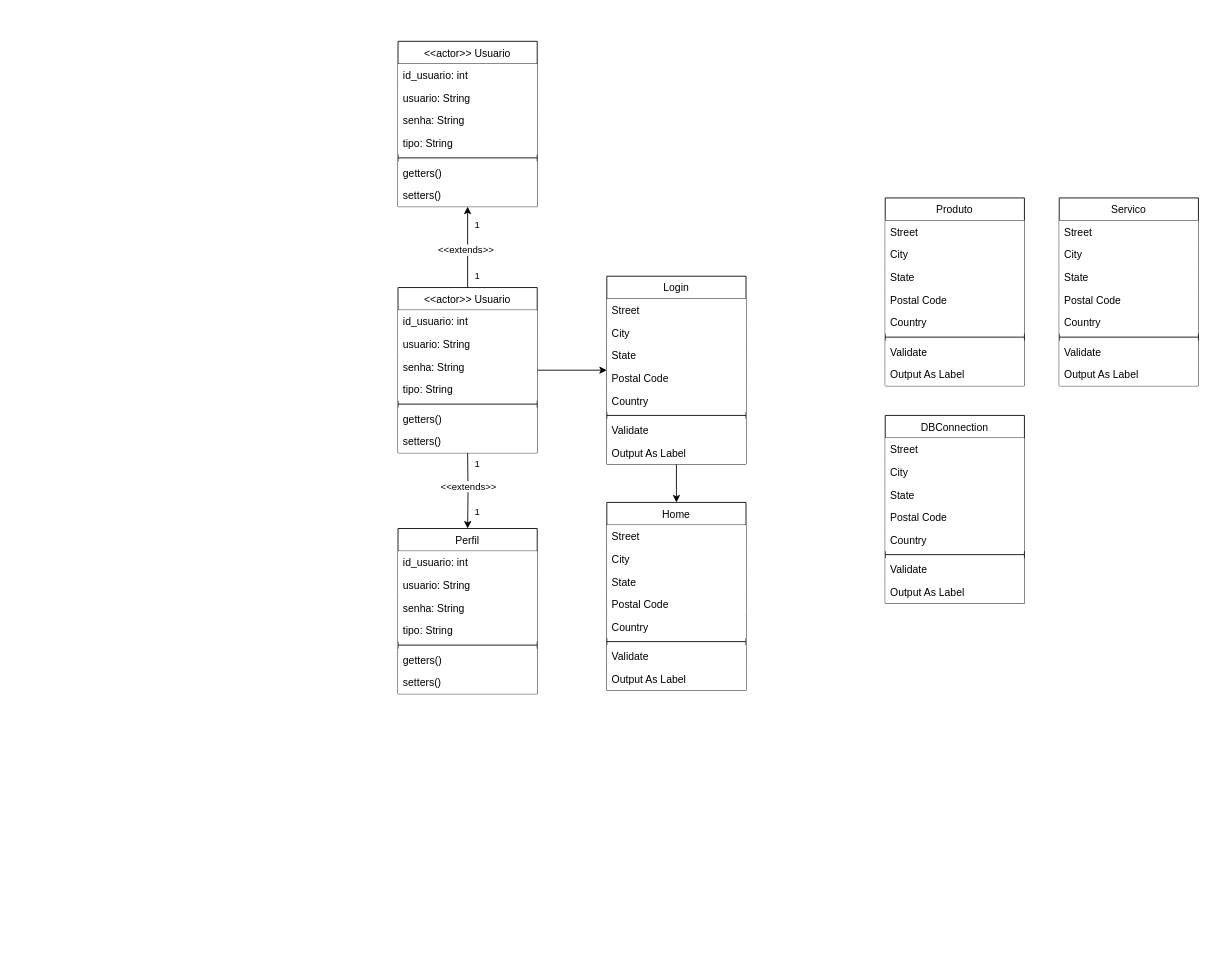
Earlier version of the draw.io diagram Diagrama sem nome.drawio (MolisaxD/VixMinSA). Source tidied: cells renumbered, new cells numbered last; positions are measured from the earlier drawing's top-left corner, leaving out a move shared by most shapes. Both pictures are drawn from the tidied source at 87%, with x=0, y=0 at pixel (398, 41).
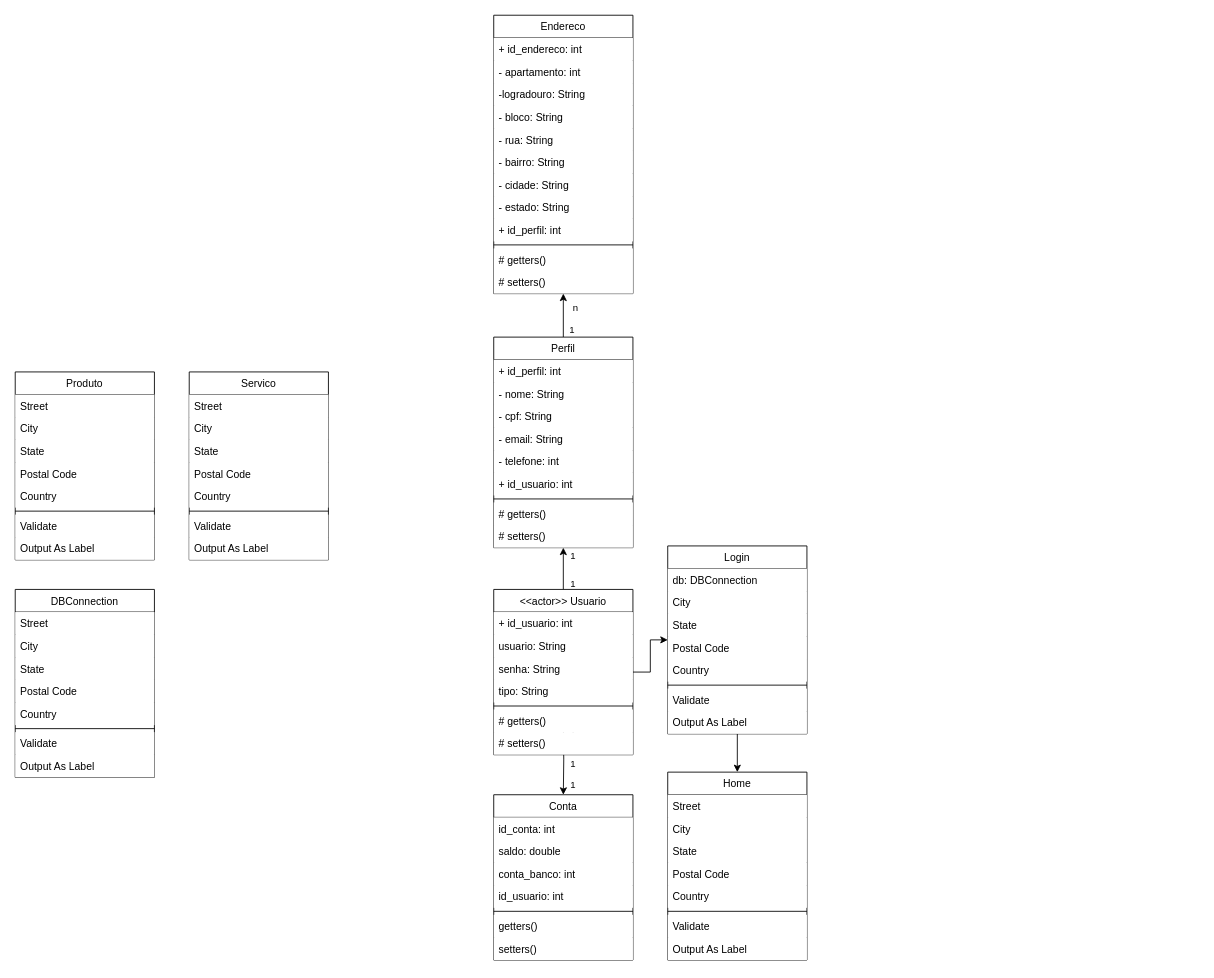
The same diagram, later.

Unchanged cells that the change refers to:
```xml
<mxCell id="26" style="edgeStyle=orthogonalEdgeStyle;rounded=0;jettySize=auto;html=1;entryX=0.5;entryY=1;entryDx=0;entryDy=0;" parent="1" edge="1" source="30" target="73">
  <mxGeometry relative="1" as="geometry" />
</mxCell>
```

Change to the diagram source:
```diff
@@
     <mxCell id="3" value="Login" style="swimlane;fontStyle=0;align=center;verticalAlign=top;horizontal=1;startSize=26;rounded=0;shadow=0;strokeWidth=1;fillColor=default;gradientColor=none;" parent="1" vertex="1">
-      <mxGeometry x="240" y="270" width="160" height="216" as="geometry" />
+      <mxGeometry x="310" y="580" width="160" height="216" as="geometry" />
     </mxCell>
-    <mxCell id="4" value="Street" style="text;align=left;verticalAlign=top;spacingLeft=4;spacingRight=4;overflow=hidden;fillColor=default;" parent="3" vertex="1">
+    <mxCell id="4" value="db: DBConnection" style="text;align=left;verticalAlign=top;spacingLeft=4;spacingRight=4;overflow=hidden;fillColor=default;" parent="3" vertex="1">
       <mxGeometry y="26" width="160" height="26" as="geometry" />
     </mxCell>
@@
     <mxCell id="12" value="Home" style="swimlane;fontStyle=0;align=center;verticalAlign=top;horizontal=1;startSize=26;rounded=0;shadow=0;strokeWidth=1;fillColor=default;gradientColor=none;" parent="1" vertex="1">
-      <mxGeometry x="240" y="530" width="160" height="216" as="geometry" />
+      <mxGeometry x="310" y="840" width="160" height="216" as="geometry" />
     </mxCell>
@@
     <mxCell id="22" style="edgeStyle=orthogonalEdgeStyle;rounded=0;jettySize=auto;html=1;entryX=0.5;entryY=0;entryDx=0;entryDy=0;" parent="1" edge="1" target="65">
       <mxGeometry relative="1" as="geometry">
-        <mxPoint x="80" y="473" as="sourcePoint" />
+        <mxPoint x="190" y="783" as="sourcePoint" />
       </mxGeometry>
     </mxCell>
-    <mxCell id="23" value="&amp;lt;&amp;lt;extends&amp;gt;&amp;gt;" style="edgeLabel;html=1;align=center;verticalAlign=middle;" parent="22" vertex="1">
-      <mxGeometry x="-0.11" relative="1" as="geometry" />
-    </mxCell>
@@
     <mxCell id="25" value="1" style="edgeLabel;html=1;align=center;verticalAlign=middle;" parent="22" vertex="1">
       <mxGeometry x="0.41" y="-1" relative="1" as="geometry">
-        <mxPoint x="11" y="6" as="offset" />
+        <mxPoint x="11" y="-11" as="offset" />
       </mxGeometry>
     </mxCell>
+    <mxCell id="81" value="1" style="edgeLabel;html=1;align=center;verticalAlign=middle;" parent="22" vertex="1">
+      <mxGeometry x="0.72" y="1" relative="1" as="geometry">
+        <mxPoint x="9" as="offset" />
+      </mxGeometry>
+    </mxCell>
@@
-    <mxCell id="27" value="&amp;lt;&amp;lt;extends&amp;gt;&amp;gt;" style="edgeLabel;html=1;align=center;verticalAlign=middle;" parent="26" vertex="1">
-      <mxGeometry x="-0.24" y="3" relative="1" as="geometry">
-        <mxPoint y="-9" as="offset" />
-      </mxGeometry>
-    </mxCell>
@@
     <mxCell id="29" value="1" style="edgeLabel;html=1;align=center;verticalAlign=middle;" parent="26" vertex="1">
       <mxGeometry x="-0.45" y="-1" relative="1" as="geometry">
-        <mxPoint x="9" y="12" as="offset" />
+        <mxPoint x="9" y="6" as="offset" />
       </mxGeometry>
     </mxCell>
     <mxCell id="30" value="&lt;&lt;actor&gt;&gt; Usuario" style="swimlane;fontStyle=0;align=center;verticalAlign=top;horizontal=1;startSize=26;rounded=0;shadow=0;strokeWidth=1;fillColor=default;gradientColor=none;" parent="1" vertex="1">
-      <mxGeometry y="283" width="160" height="190" as="geometry" />
+      <mxGeometry x="110" y="630" width="160" height="190" as="geometry" />
     </mxCell>
-    <mxCell id="31" value="id_usuario: int" style="text;align=left;verticalAlign=top;spacingLeft=4;spacingRight=4;overflow=hidden;fillColor=default;" parent="30" vertex="1">
+    <mxCell id="31" value="+ id_usuario: int" style="text;align=left;verticalAlign=top;spacingLeft=4;spacingRight=4;overflow=hidden;fillColor=default;" parent="30" vertex="1">
       <mxGeometry y="26" width="160" height="26" as="geometry" />
     </mxCell>
@@
-    <mxCell id="36" value="getters()" style="text;align=left;verticalAlign=top;spacingLeft=4;spacingRight=4;overflow=hidden;fillColor=default;" parent="30" vertex="1">
+    <mxCell id="36" value="# getters()" style="text;align=left;verticalAlign=top;spacingLeft=4;spacingRight=4;overflow=hidden;fillColor=default;" parent="30" vertex="1">
       <mxGeometry y="138" width="160" height="26" as="geometry" />
     </mxCell>
-    <mxCell id="37" value="setters()" style="text;align=left;verticalAlign=top;spacingLeft=4;spacingRight=4;overflow=hidden;fillColor=default;" parent="30" vertex="1">
+    <mxCell id="37" value="# setters()" style="text;align=left;verticalAlign=top;spacingLeft=4;spacingRight=4;overflow=hidden;fillColor=default;" parent="30" vertex="1">
       <mxGeometry y="164" width="160" height="26" as="geometry" />
     </mxCell>
     <mxCell id="38" value="DBConnection" style="swimlane;fontStyle=0;align=center;verticalAlign=top;horizontal=1;startSize=26;rounded=0;shadow=0;strokeWidth=1;fillColor=default;gradientColor=none;" parent="1" vertex="1">
-      <mxGeometry x="560" y="430" width="160" height="216" as="geometry" />
+      <mxGeometry x="-440" y="630" width="160" height="216" as="geometry" />
     </mxCell>
@@
     <mxCell id="47" value="Produto" style="swimlane;fontStyle=0;align=center;verticalAlign=top;horizontal=1;startSize=26;rounded=0;shadow=0;strokeWidth=1;fillColor=default;gradientColor=none;" parent="1" vertex="1">
-      <mxGeometry x="560" y="180" width="160" height="216" as="geometry" />
+      <mxGeometry x="-440" y="380" width="160" height="216" as="geometry" />
     </mxCell>
@@
     <mxCell id="56" value="Servico" style="swimlane;fontStyle=0;align=center;verticalAlign=top;horizontal=1;startSize=26;rounded=0;shadow=0;strokeWidth=1;fillColor=default;gradientColor=none;" parent="1" vertex="1">
-      <mxGeometry x="760" y="180" width="160" height="216" as="geometry" />
+      <mxGeometry x="-240" y="380" width="160" height="216" as="geometry" />
     </mxCell>
@@
-    <mxCell id="65" value="Perfil" style="swimlane;fontStyle=0;align=center;verticalAlign=top;horizontal=1;startSize=26;rounded=0;shadow=0;strokeWidth=1;fillColor=default;gradientColor=none;" parent="1" vertex="1">
-      <mxGeometry y="560" width="160" height="190" as="geometry" />
+    <mxCell id="65" value="Conta" style="swimlane;fontStyle=0;align=center;verticalAlign=top;horizontal=1;startSize=26;rounded=0;shadow=0;strokeWidth=1;fillColor=default;gradientColor=none;" parent="1" vertex="1">
+      <mxGeometry x="110" y="866" width="160" height="190" as="geometry" />
     </mxCell>
-    <mxCell id="66" value="id_usuario: int" style="text;align=left;verticalAlign=top;spacingLeft=4;spacingRight=4;overflow=hidden;fillColor=default;" parent="65" vertex="1">
+    <mxCell id="66" value="id_conta: int" style="text;align=left;verticalAlign=top;spacingLeft=4;spacingRight=4;overflow=hidden;fillColor=default;" parent="65" vertex="1">
       <mxGeometry y="26" width="160" height="26" as="geometry" />
     </mxCell>
-    <mxCell id="67" value="usuario: String" style="text;align=left;verticalAlign=top;spacingLeft=4;spacingRight=4;overflow=hidden;rounded=0;shadow=0;html=0;fillColor=default;" parent="65" vertex="1">
+    <mxCell id="67" value="saldo: double" style="text;align=left;verticalAlign=top;spacingLeft=4;spacingRight=4;overflow=hidden;rounded=0;shadow=0;html=0;fillColor=default;" parent="65" vertex="1">
       <mxGeometry y="52" width="160" height="26" as="geometry" />
     </mxCell>
-    <mxCell id="68" value="senha: String" style="text;align=left;verticalAlign=top;spacingLeft=4;spacingRight=4;overflow=hidden;rounded=0;shadow=0;html=0;fillColor=default;" parent="65" vertex="1">
+    <mxCell id="68" value="conta_banco: int" style="text;align=left;verticalAlign=top;spacingLeft=4;spacingRight=4;overflow=hidden;rounded=0;shadow=0;html=0;fillColor=default;" parent="65" vertex="1">
       <mxGeometry y="78" width="160" height="26" as="geometry" />
     </mxCell>
-    <mxCell id="69" value="tipo: String" style="text;align=left;verticalAlign=top;spacingLeft=4;spacingRight=4;overflow=hidden;rounded=0;shadow=0;html=0;fillColor=default;" parent="65" vertex="1">
+    <mxCell id="69" value="id_usuario: int" style="text;align=left;verticalAlign=top;spacingLeft=4;spacingRight=4;overflow=hidden;rounded=0;shadow=0;html=0;fillColor=default;" parent="65" vertex="1">
       <mxGeometry y="104" width="160" height="26" as="geometry" />
     </mxCell>
@@
+    <mxCell id="82" style="edgeStyle=orthogonalEdgeStyle;rounded=0;jettySize=auto;html=1;entryX=0.5;entryY=1;entryDx=0;entryDy=0;" parent="1" edge="1" source="73" target="87">
+      <mxGeometry relative="1" as="geometry" />
+    </mxCell>
+    <mxCell id="83" value="n" style="edgeLabel;html=1;align=center;verticalAlign=middle;" parent="82" vertex="1">
+      <mxGeometry x="0.41" y="2" relative="1" as="geometry">
+        <mxPoint x="15" as="offset" />
+      </mxGeometry>
+    </mxCell>
+    <mxCell id="84" value="1" style="edgeLabel;html=1;align=center;verticalAlign=middle;" parent="82" vertex="1">
+      <mxGeometry x="-0.54" relative="1" as="geometry">
+        <mxPoint x="9" y="3" as="offset" />
+      </mxGeometry>
+    </mxCell>
-    <mxCell id="73" value="&lt;&lt;actor&gt;&gt; Usuario" style="swimlane;fontStyle=0;align=center;verticalAlign=top;horizontal=1;startSize=26;rounded=0;shadow=0;strokeWidth=1;fillColor=default;gradientColor=none;" parent="1" vertex="1">
-      <mxGeometry width="160" height="190" as="geometry" />
+    <mxCell id="73" value="Perfil" style="swimlane;fontStyle=0;align=center;verticalAlign=top;horizontal=1;startSize=26;rounded=0;shadow=0;strokeWidth=1;fillColor=default;gradientColor=none;" parent="1" vertex="1">
+      <mxGeometry x="110" y="340" width="160" height="242" as="geometry" />
     </mxCell>
-    <mxCell id="74" value="id_usuario: int" style="text;align=left;verticalAlign=top;spacingLeft=4;spacingRight=4;overflow=hidden;fillColor=default;" parent="73" vertex="1">
+    <mxCell id="74" value="+ id_perfil: int" style="text;align=left;verticalAlign=top;spacingLeft=4;spacingRight=4;overflow=hidden;fillColor=default;" parent="73" vertex="1">
       <mxGeometry y="26" width="160" height="26" as="geometry" />
     </mxCell>
-    <mxCell id="75" value="usuario: String" style="text;align=left;verticalAlign=top;spacingLeft=4;spacingRight=4;overflow=hidden;rounded=0;shadow=0;html=0;fillColor=default;" parent="73" vertex="1">
+    <mxCell id="75" value="- nome: String" style="text;align=left;verticalAlign=top;spacingLeft=4;spacingRight=4;overflow=hidden;rounded=0;shadow=0;html=0;fillColor=default;" parent="73" vertex="1">
       <mxGeometry y="52" width="160" height="26" as="geometry" />
     </mxCell>
-    <mxCell id="76" value="senha: String" style="text;align=left;verticalAlign=top;spacingLeft=4;spacingRight=4;overflow=hidden;rounded=0;shadow=0;html=0;fillColor=default;" parent="73" vertex="1">
+    <mxCell id="76" value="- cpf: String" style="text;align=left;verticalAlign=top;spacingLeft=4;spacingRight=4;overflow=hidden;rounded=0;shadow=0;html=0;fillColor=default;" parent="73" vertex="1">
       <mxGeometry y="78" width="160" height="26" as="geometry" />
     </mxCell>
-    <mxCell id="77" value="tipo: String" style="text;align=left;verticalAlign=top;spacingLeft=4;spacingRight=4;overflow=hidden;rounded=0;shadow=0;html=0;fillColor=default;" parent="73" vertex="1">
+    <mxCell id="77" value="- email: String" style="text;align=left;verticalAlign=top;spacingLeft=4;spacingRight=4;overflow=hidden;rounded=0;shadow=0;html=0;fillColor=default;" parent="73" vertex="1">
       <mxGeometry y="104" width="160" height="26" as="geometry" />
     </mxCell>
+    <mxCell id="85" value="- telefone: int" style="text;align=left;verticalAlign=top;spacingLeft=4;spacingRight=4;overflow=hidden;rounded=0;shadow=0;html=0;fillColor=default;" parent="73" vertex="1">
+      <mxGeometry y="130" width="160" height="26" as="geometry" />
+    </mxCell>
+    <mxCell id="86" value="+ id_usuario: int" style="text;align=left;verticalAlign=top;spacingLeft=4;spacingRight=4;overflow=hidden;rounded=0;shadow=0;html=0;fillColor=default;" parent="73" vertex="1">
+      <mxGeometry y="156" width="160" height="26" as="geometry" />
+    </mxCell>
     <mxCell id="78" style="line;html=1;strokeWidth=1;align=left;verticalAlign=middle;spacingTop=-1;spacingLeft=3;spacingRight=3;labelPosition=right;" parent="73" vertex="1">
-      <mxGeometry y="130" width="160" height="8" as="geometry" />
+      <mxGeometry y="182" width="160" height="8" as="geometry" />
     </mxCell>
-    <mxCell id="79" value="getters()" style="text;align=left;verticalAlign=top;spacingLeft=4;spacingRight=4;overflow=hidden;fillColor=default;" parent="73" vertex="1">
-      <mxGeometry y="138" width="160" height="26" as="geometry" />
+    <mxCell id="79" value="# getters()" style="text;align=left;verticalAlign=top;spacingLeft=4;spacingRight=4;overflow=hidden;fillColor=default;" parent="73" vertex="1">
+      <mxGeometry y="190" width="160" height="26" as="geometry" />
     </mxCell>
-    <mxCell id="80" value="setters()" style="text;align=left;verticalAlign=top;spacingLeft=4;spacingRight=4;overflow=hidden;fillColor=default;" parent="73" vertex="1">
-      <mxGeometry y="164" width="160" height="26" as="geometry" />
+    <mxCell id="80" value="# setters()" style="text;align=left;verticalAlign=top;spacingLeft=4;spacingRight=4;overflow=hidden;fillColor=default;" parent="73" vertex="1">
+      <mxGeometry y="216" width="160" height="26" as="geometry" />
     </mxCell>
+    <mxCell id="87" value="Endereco" style="swimlane;fontStyle=0;align=center;verticalAlign=top;horizontal=1;startSize=26;rounded=0;shadow=0;strokeWidth=1;fillColor=default;gradientColor=none;" parent="1" vertex="1">
+      <mxGeometry x="110" y="-30" width="160" height="320" as="geometry" />
+    </mxCell>
+    <mxCell id="88" value="+ id_endereco: int" style="text;align=left;verticalAlign=top;spacingLeft=4;spacingRight=4;overflow=hidden;fillColor=default;" parent="87" vertex="1">
+      <mxGeometry y="26" width="160" height="26" as="geometry" />
+    </mxCell>
+    <mxCell id="89" value="- apartamento: int" style="text;align=left;verticalAlign=top;spacingLeft=4;spacingRight=4;overflow=hidden;rounded=0;shadow=0;html=0;fillColor=default;" parent="87" vertex="1">
+      <mxGeometry y="52" width="160" height="26" as="geometry" />
+    </mxCell>
+    <mxCell id="90" value="-logradouro: String" style="text;align=left;verticalAlign=top;spacingLeft=4;spacingRight=4;overflow=hidden;rounded=0;shadow=0;html=0;fillColor=default;" parent="87" vertex="1">
+      <mxGeometry y="78" width="160" height="26" as="geometry" />
+    </mxCell>
+    <mxCell id="91" value="- bloco: String&#10;" style="text;align=left;verticalAlign=top;spacingLeft=4;spacingRight=4;overflow=hidden;rounded=0;shadow=0;html=0;fillColor=default;" parent="87" vertex="1">
+      <mxGeometry y="104" width="160" height="26" as="geometry" />
+    </mxCell>
+    <mxCell id="92" value="- rua: String" style="text;align=left;verticalAlign=top;spacingLeft=4;spacingRight=4;overflow=hidden;rounded=0;shadow=0;html=0;fillColor=default;" parent="87" vertex="1">
+      <mxGeometry y="130" width="160" height="26" as="geometry" />
+    </mxCell>
+    <mxCell id="93" value="- bairro: String" style="text;align=left;verticalAlign=top;spacingLeft=4;spacingRight=4;overflow=hidden;rounded=0;shadow=0;html=0;fillColor=default;" parent="87" vertex="1">
+      <mxGeometry y="156" width="160" height="26" as="geometry" />
+    </mxCell>
+    <mxCell id="94" value="- cidade: String" style="text;align=left;verticalAlign=top;spacingLeft=4;spacingRight=4;overflow=hidden;rounded=0;shadow=0;html=0;fillColor=default;" parent="87" vertex="1">
+      <mxGeometry y="182" width="160" height="26" as="geometry" />
+    </mxCell>
+    <mxCell id="95" value="- estado: String" style="text;align=left;verticalAlign=top;spacingLeft=4;spacingRight=4;overflow=hidden;rounded=0;shadow=0;html=0;fillColor=default;" parent="87" vertex="1">
+      <mxGeometry y="208" width="160" height="26" as="geometry" />
+    </mxCell>
+    <mxCell id="96" value="+ id_perfil: int" style="text;align=left;verticalAlign=top;spacingLeft=4;spacingRight=4;overflow=hidden;rounded=0;shadow=0;html=0;fillColor=default;" parent="87" vertex="1">
+      <mxGeometry y="234" width="160" height="26" as="geometry" />
+    </mxCell>
+    <mxCell id="97" style="line;html=1;strokeWidth=1;align=left;verticalAlign=middle;spacingTop=-1;spacingLeft=3;spacingRight=3;labelPosition=right;" parent="87" vertex="1">
+      <mxGeometry y="260" width="160" height="8" as="geometry" />
+    </mxCell>
+    <mxCell id="98" value="# getters()" style="text;align=left;verticalAlign=top;spacingLeft=4;spacingRight=4;overflow=hidden;fillColor=default;" parent="87" vertex="1">
+      <mxGeometry y="268" width="160" height="26" as="geometry" />
+    </mxCell>
+    <mxCell id="99" value="# setters()" style="text;align=left;verticalAlign=top;spacingLeft=4;spacingRight=4;overflow=hidden;fillColor=default;" parent="87" vertex="1">
+      <mxGeometry y="294" width="160" height="26" as="geometry" />
+    </mxCell>
```
